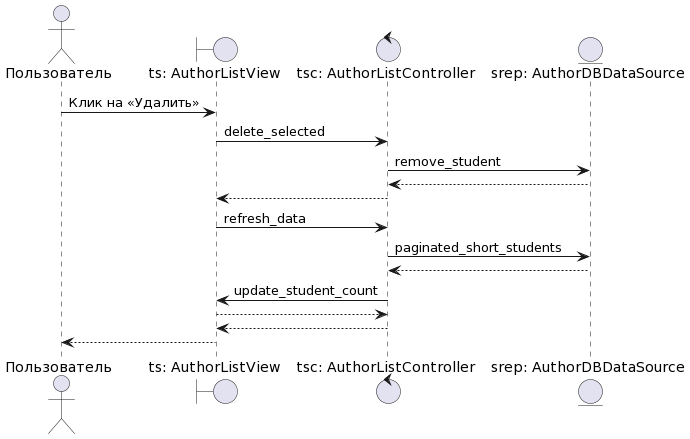
The PlantUML diagram diagrams/delete_author.png in StarProxima/library_system, before a commit. Its source is kept beside it as diagrams/delete_author.puml. Its diagram source:
```plantuml
@startuml


actor       Пользователь                        as user
boundary    "ts: AuthorListView"                   as ts
control     "tsс: AuthorListController"        as tsc
entity      "srep: AuthorDBDataSource"           as srep

user -> ts : Клик на <<Удалить>>
ts -> tsc : delete_selected
tsc -> srep : remove_student
srep --> tsc
tsc --> ts
ts -> tsc : refresh_data
tsc -> srep : paginated_short_students
srep --> tsc
tsc -> ts : update_student_count
ts --> tsc
tsc --> ts
ts --> user

@enduml
```
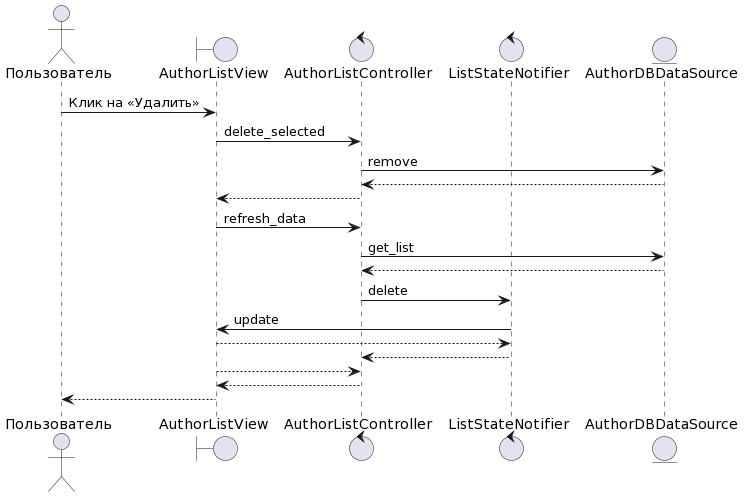
Above is the later version.

Change to the diagram source:
```diff
@@ -2,19 +2,23 @@
 
 
 actor       Пользователь                        as user
-boundary    "ts: AuthorListView"                   as ts
-control     "tsс: AuthorListController"        as tsc
-entity      "srep: AuthorDBDataSource"           as srep
+boundary    "AuthorListView"                   as ts
+control     "AuthorListController"        as tsc
+control     "ListStateNotifier"        as lsn
+entity      "AuthorDBDataSource"           as srep
 
 user -> ts : Клик на <<Удалить>>
 ts -> tsc : delete_selected
-tsc -> srep : remove_student
+tsc -> srep : remove
 srep --> tsc
 tsc --> ts
 ts -> tsc : refresh_data
-tsc -> srep : paginated_short_students
+tsc -> srep : get_list
 srep --> tsc
-tsc -> ts : update_student_count
+tsc -> lsn : delete
+lsn -> ts : update
+ts --> lsn
+lsn --> tsc
 ts --> tsc
 tsc --> ts
 ts --> user
```
